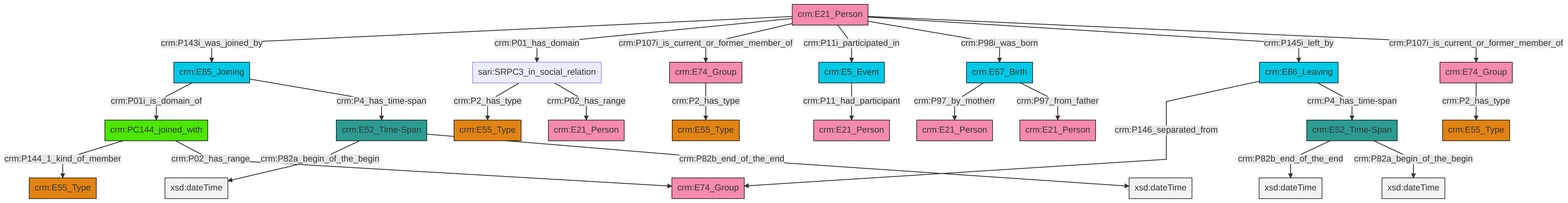
Above: et/personCSV/ttl/mmd/png/Person_Actor_Relations.png in swiss-art-research-net/reference-data-models (Mermaid), before the change. Its source is kept beside it as et/personCSV/ttl/mmd/Person_Actor_Relations.ttl.mmd.
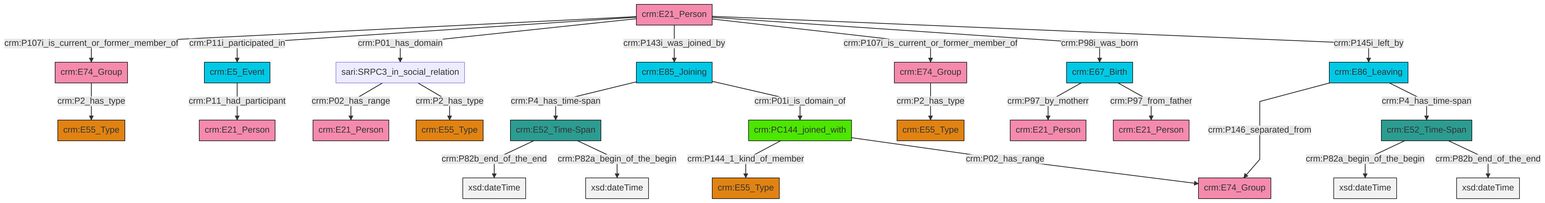
After the commit.

Diff of the diagram source:
```diff
@@ -13,27 +13,27 @@
 classDef PC_Classes fill:#4ce600, stroke:#000000;
 classDef Multi fill:#cccccc,stroke:#000000;
 
-0["crm:PC144_joined_with"]:::PC_Classes -->|crm:P144_1_kind_of_member| 1["crm:E55_Type"]:::Type
-4["crm:E67_Birth"]:::Temporal_Entity -->|crm:P97_by_motherr| 5["crm:E21_Person"]:::Actor
-7["crm:E21_Person"]:::Actor -->|crm:P143i_was_joined_by| 8["crm:E85_Joining"]:::Temporal_Entity
-7["crm:E21_Person"]:::Actor -->|crm:P01_has_domain| 9["sari:SRPC3_in_social_relation"]:::Default
-7["crm:E21_Person"]:::Actor -->|crm:P107i_is_current_or_former_member_of| 10["crm:E74_Group"]:::Actor
-8["crm:E85_Joining"]:::Temporal_Entity -->|crm:P01i_is_domain_of| 0["crm:PC144_joined_with"]:::PC_Classes
-15["crm:E86_Leaving"]:::Temporal_Entity -->|crm:P146_separated_from| 16["crm:E74_Group"]:::Actor
-15["crm:E86_Leaving"]:::Temporal_Entity -->|crm:P4_has_time-span| 22["crm:E52_Time-Span"]:::Time-Span
-0["crm:PC144_joined_with"]:::PC_Classes -->|crm:P02_has_range| 16["crm:E74_Group"]:::Actor
-8["crm:E85_Joining"]:::Temporal_Entity -->|crm:P4_has_time-span| 24["crm:E52_Time-Span"]:::Time-Span
-9["sari:SRPC3_in_social_relation"]:::Default -->|crm:P2_has_type| 2["crm:E55_Type"]:::Type
-7["crm:E21_Person"]:::Actor -->|crm:P11i_participated_in| 28["crm:E5_Event"]:::Temporal_Entity
-30["crm:E74_Group"]:::Actor -->|crm:P2_has_type| 18["crm:E55_Type"]:::Type
-22["crm:E52_Time-Span"]:::Time-Span -->|crm:P82b_end_of_the_end| 31[xsd:dateTime]:::Literal
-24["crm:E52_Time-Span"]:::Time-Span -->|crm:P82a_begin_of_the_begin| 34[xsd:dateTime]:::Literal
-24["crm:E52_Time-Span"]:::Time-Span -->|crm:P82b_end_of_the_end| 35[xsd:dateTime]:::Literal
-7["crm:E21_Person"]:::Actor -->|crm:P98i_was_born| 4["crm:E67_Birth"]:::Temporal_Entity
-28["crm:E5_Event"]:::Temporal_Entity -->|crm:P11_had_participant| 37["crm:E21_Person"]:::Actor
-9["sari:SRPC3_in_social_relation"]:::Default -->|crm:P02_has_range| 12["crm:E21_Person"]:::Actor
-7["crm:E21_Person"]:::Actor -->|crm:P145i_left_by| 15["crm:E86_Leaving"]:::Temporal_Entity
-22["crm:E52_Time-Span"]:::Time-Span -->|crm:P82a_begin_of_the_begin| 42[xsd:dateTime]:::Literal
-10["crm:E74_Group"]:::Actor -->|crm:P2_has_type| 20["crm:E55_Type"]:::Type
-7["crm:E21_Person"]:::Actor -->|crm:P107i_is_current_or_former_member_of| 30["crm:E74_Group"]:::Actor
-4["crm:E67_Birth"]:::Temporal_Entity -->|crm:P97_from_father| 32["crm:E21_Person"]:::Actor
+0["crm:E86_Leaving"]:::Temporal_Entity -->|crm:P146_separated_from| 1["crm:E74_Group"]:::Actor
+2["crm:E52_Time-Span"]:::Time-Span -->|crm:P82b_end_of_the_end| 3[xsd:dateTime]:::Literal
+10["crm:E21_Person"]:::Actor -->|crm:P107i_is_current_or_former_member_of| 11["crm:E74_Group"]:::Actor
+14["crm:PC144_joined_with"]:::PC_Classes -->|crm:P144_1_kind_of_member| 15["crm:E55_Type"]:::Type
+0["crm:E86_Leaving"]:::Temporal_Entity -->|crm:P4_has_time-span| 20["crm:E52_Time-Span"]:::Time-Span
+20["crm:E52_Time-Span"]:::Time-Span -->|crm:P82a_begin_of_the_begin| 21[xsd:dateTime]:::Literal
+10["crm:E21_Person"]:::Actor -->|crm:P11i_participated_in| 18["crm:E5_Event"]:::Temporal_Entity
+22["crm:E67_Birth"]:::Temporal_Entity -->|crm:P97_by_motherr| 8["crm:E21_Person"]:::Actor
+12["sari:SRPC3_in_social_relation"]:::Default -->|crm:P02_has_range| 23["crm:E21_Person"]:::Actor
+2["crm:E52_Time-Span"]:::Time-Span -->|crm:P82a_begin_of_the_begin| 24[xsd:dateTime]:::Literal
+11["crm:E74_Group"]:::Actor -->|crm:P2_has_type| 26["crm:E55_Type"]:::Type
+10["crm:E21_Person"]:::Actor -->|crm:P01_has_domain| 12["sari:SRPC3_in_social_relation"]:::Default
+14["crm:PC144_joined_with"]:::PC_Classes -->|crm:P02_has_range| 1["crm:E74_Group"]:::Actor
+10["crm:E21_Person"]:::Actor -->|crm:P143i_was_joined_by| 29["crm:E85_Joining"]:::Temporal_Entity
+12["sari:SRPC3_in_social_relation"]:::Default -->|crm:P2_has_type| 30["crm:E55_Type"]:::Type
+10["crm:E21_Person"]:::Actor -->|crm:P107i_is_current_or_former_member_of| 4["crm:E74_Group"]:::Actor
+10["crm:E21_Person"]:::Actor -->|crm:P98i_was_born| 22["crm:E67_Birth"]:::Temporal_Entity
+4["crm:E74_Group"]:::Actor -->|crm:P2_has_type| 6["crm:E55_Type"]:::Type
+20["crm:E52_Time-Span"]:::Time-Span -->|crm:P82b_end_of_the_end| 32[xsd:dateTime]:::Literal
+18["crm:E5_Event"]:::Temporal_Entity -->|crm:P11_had_participant| 27["crm:E21_Person"]:::Actor
+10["crm:E21_Person"]:::Actor -->|crm:P145i_left_by| 0["crm:E86_Leaving"]:::Temporal_Entity
+29["crm:E85_Joining"]:::Temporal_Entity -->|crm:P4_has_time-span| 2["crm:E52_Time-Span"]:::Time-Span
+22["crm:E67_Birth"]:::Temporal_Entity -->|crm:P97_from_father| 36["crm:E21_Person"]:::Actor
+29["crm:E85_Joining"]:::Temporal_Entity -->|crm:P01i_is_domain_of| 14["crm:PC144_joined_with"]:::PC_Classes
```
